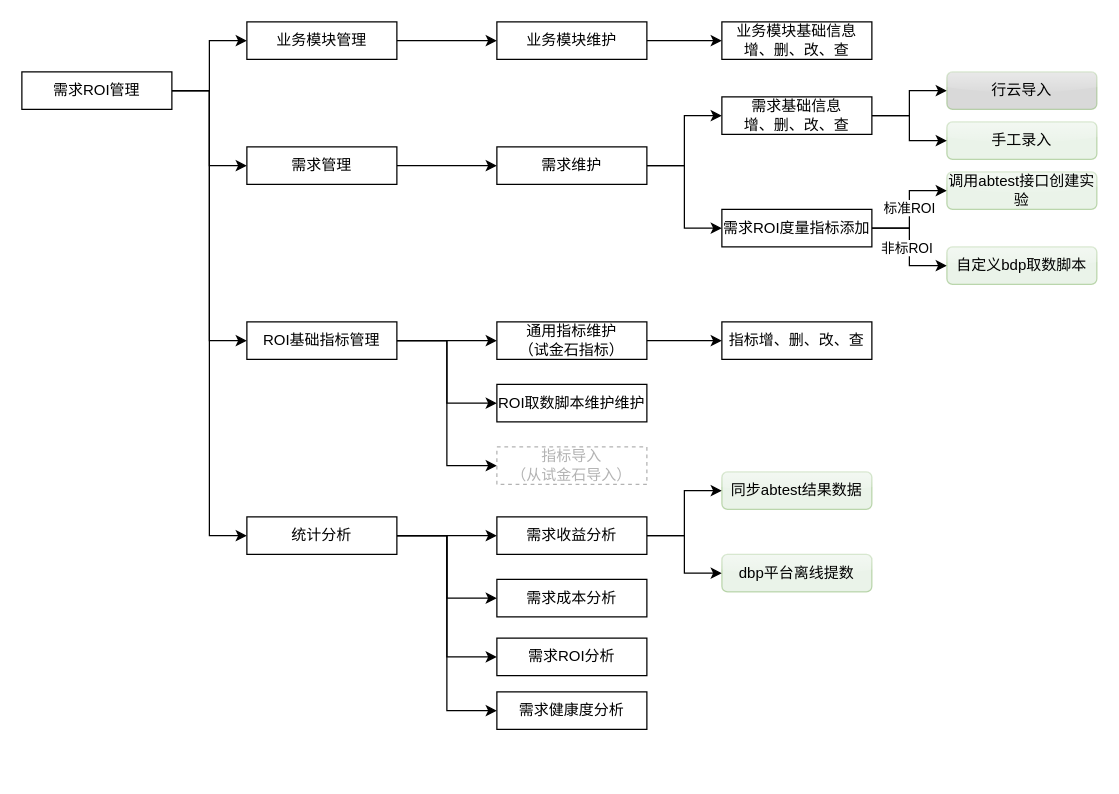
Above: page "功能结构图" (3 of 3) of 需求ROI评估.drawio in lihongliang1989/diagram (draw.io), before the change. Source tidied: cells renumbered, new cells numbered last; positions are measured from the earlier drawing's top-left corner, leaving out a move shared by most shapes. Both pictures are drawn from the tidied source at 125%, with x=0, y=0 at pixel (21, 21).
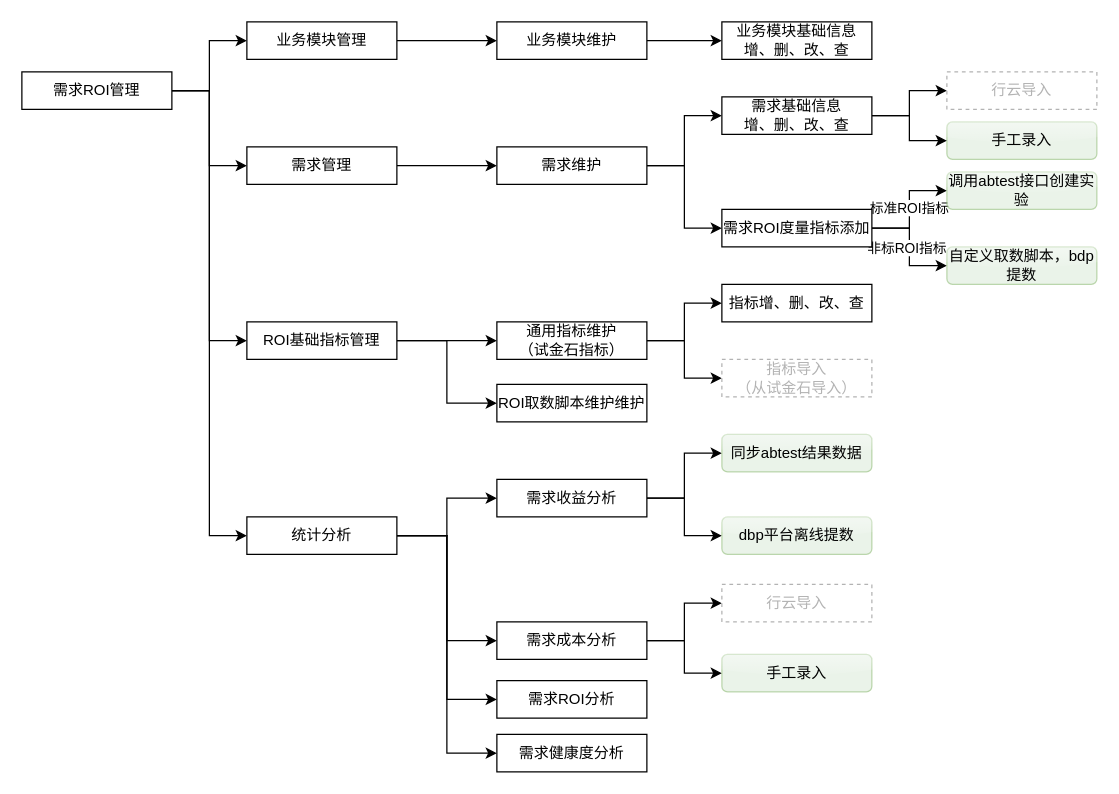
The same page after the edit.

Unchanged cells that the change refers to:
```xml
<mxCell id="12" value="ROI基础指标管理" style="rounded=0;whiteSpace=wrap;html=1;gradientColor=none;" parent="1" vertex="1">
  <mxGeometry x="180" y="240" width="120" height="30" as="geometry" />
</mxCell>
<mxCell id="25" value="通用指标维护&lt;br&gt;（试金石指标）" style="rounded=0;whiteSpace=wrap;html=1;gradientColor=none;" parent="1" vertex="1">
  <mxGeometry x="380" y="240" width="120" height="30" as="geometry" />
</mxCell>
<mxCell id="41" style="edgeStyle=orthogonalEdgeStyle;rounded=0;jettySize=auto;html=1;entryX=0;entryY=0.5;entryDx=0;entryDy=0;fontColor=#B3B3B3;" parent="1" edge="1" source="45" target="48">
  <mxGeometry relative="1" as="geometry" />
</mxCell>
<mxCell id="43" style="edgeStyle=orthogonalEdgeStyle;rounded=0;jettySize=auto;html=1;entryX=0;entryY=0.5;entryDx=0;entryDy=0;fontColor=#B3B3B3;" parent="1" edge="1" source="45" target="49">
  <mxGeometry relative="1" as="geometry" />
</mxCell>
```

Diff of the diagram source:
```diff
@@
-    <mxCell id="9" style="edgeStyle=orthogonalEdgeStyle;rounded=0;jettySize=auto;html=1;entryX=0;entryY=0.5;entryDx=0;entryDy=0;" parent="1" edge="1" source="12" target="18">
+    <mxCell id="9" style="edgeStyle=orthogonalEdgeStyle;rounded=0;jettySize=auto;html=1;entryX=0;entryY=0.5;entryDx=0;entryDy=0;exitX=1;exitY=0.5;exitDx=0;exitDy=0;" parent="1" edge="1" source="25" target="18">
       <mxGeometry relative="1" as="geometry" />
     </mxCell>
@@
     <mxCell id="17" value="指标增、删、改、查" style="rounded=0;whiteSpace=wrap;html=1;gradientColor=none;" parent="1" vertex="1">
-      <mxGeometry x="560" y="240" width="120" height="30" as="geometry" />
+      <mxGeometry x="560" y="210" width="120" height="30" as="geometry" />
     </mxCell>
     <mxCell id="18" value="指标导入&lt;br&gt;（从试金石导入）" style="rounded=0;whiteSpace=wrap;html=1;gradientColor=none;dashed=1;strokeColor=#B3B3B3;fontColor=#B3B3B3;" parent="1" vertex="1">
-      <mxGeometry x="380" y="340" width="120" height="30" as="geometry" />
+      <mxGeometry x="560" y="270" width="120" height="30" as="geometry" />
     </mxCell>
@@
     <mxCell id="29" value="需求收益分析" style="rounded=0;whiteSpace=wrap;html=1;gradientColor=none;" parent="1" vertex="1">
-      <mxGeometry x="380" y="396" width="120" height="30" as="geometry" />
+      <mxGeometry x="380" y="366" width="120" height="30" as="geometry" />
     </mxCell>
     <mxCell id="30" value="需求健康度分析" style="rounded=0;whiteSpace=wrap;html=1;gradientColor=none;" parent="1" vertex="1">
-      <mxGeometry x="380" y="536" width="120" height="30" as="geometry" />
+      <mxGeometry x="380" y="570" width="120" height="30" as="geometry" />
     </mxCell>
@@
+    <mxCell id="51" style="edgeStyle=orthogonalEdgeStyle;rounded=0;jettySize=auto;html=1;entryX=0;entryY=0.5;entryDx=0;entryDy=0;fontColor=#000000;" parent="1" edge="1" source="34" target="53">
+      <mxGeometry relative="1" as="geometry" />
+    </mxCell>
+    <mxCell id="52" style="edgeStyle=orthogonalEdgeStyle;rounded=0;jettySize=auto;html=1;entryX=0;entryY=0.5;entryDx=0;entryDy=0;fontColor=#000000;" parent="1" edge="1" source="34" target="54">
+      <mxGeometry relative="1" as="geometry" />
+    </mxCell>
     <mxCell id="34" value="需求成本分析" style="rounded=0;whiteSpace=wrap;html=1;gradientColor=none;" parent="1" vertex="1">
-      <mxGeometry x="380" y="446" width="120" height="30" as="geometry" />
+      <mxGeometry x="380" y="480" width="120" height="30" as="geometry" />
     </mxCell>
     <mxCell id="35" value="需求ROI分析" style="rounded=0;whiteSpace=wrap;html=1;gradientColor=none;" parent="1" vertex="1">
-      <mxGeometry x="380" y="493" width="120" height="30" as="geometry" />
+      <mxGeometry x="380" y="527" width="120" height="30" as="geometry" />
     </mxCell>
@@
-    <mxCell id="42" value="标准ROI" style="edgeLabel;html=1;align=center;verticalAlign=middle;" parent="41" vertex="1">
+    <mxCell id="42" value="标准ROI指标" style="edgeLabel;html=1;align=center;verticalAlign=middle;" parent="41" vertex="1">
       <mxGeometry x="0.04" y="1" relative="1" as="geometry" />
     </mxCell>
@@
-    <mxCell id="44" value="非标ROI" style="edgeLabel;html=1;align=center;verticalAlign=middle;" parent="43" vertex="1">
+    <mxCell id="44" value="非标ROI指标" style="edgeLabel;html=1;align=center;verticalAlign=middle;" parent="43" vertex="1">
       <mxGeometry x="0.01" y="-3" relative="1" as="geometry" />
     </mxCell>
@@
     <mxCell id="46" value="同步abtest结果数据" style="rounded=1;whiteSpace=wrap;html=1;opacity=50;glass=1;shadow=0;sketch=0;fillColor=#d5e8d4;strokeColor=#82b366;" parent="1" vertex="1">
-      <mxGeometry x="560" y="360" width="120" height="30" as="geometry" />
+      <mxGeometry x="560" y="330" width="120" height="30" as="geometry" />
     </mxCell>
     <mxCell id="47" value="dbp平台离线提数" style="rounded=1;whiteSpace=wrap;html=1;gradientColor=none;shadow=0;strokeColor=#82b366;fillColor=#d5e8d4;glass=1;opacity=50;sketch=0;" parent="1" vertex="1">
-      <mxGeometry x="560" y="426" width="120" height="30" as="geometry" />
+      <mxGeometry x="560" y="396" width="120" height="30" as="geometry" />
     </mxCell>
@@
-    <mxCell id="49" value="自定义bdp取数脚本" style="rounded=1;whiteSpace=wrap;html=1;opacity=50;glass=1;shadow=0;sketch=0;fillColor=#d5e8d4;strokeColor=#82b366;" parent="1" vertex="1">
+    <mxCell id="49" value="自定义取数脚本，bdp提数" style="rounded=1;whiteSpace=wrap;html=1;opacity=50;glass=1;shadow=0;sketch=0;fillColor=#d5e8d4;strokeColor=#82b366;" parent="1" vertex="1">
       <mxGeometry x="740" y="180" width="120" height="30" as="geometry" />
     </mxCell>
-    <mxCell id="50" value="行云导入" style="rounded=1;whiteSpace=wrap;html=1;gradientColor=none;fontColor=#000000;strokeColor=#82b366;shadow=0;glass=1;opacity=50;sketch=0;fillColor=#B3B3B3;" parent="1" vertex="1">
+    <mxCell id="50" value="行云导入" style="rounded=0;whiteSpace=wrap;html=1;gradientColor=none;fontColor=#B3B3B3;strokeColor=#B3B3B3;fillColor=#ffffff;dashed=1;" parent="1" vertex="1">
       <mxGeometry x="740" y="40" width="120" height="30" as="geometry" />
     </mxCell>
+    <mxCell id="53" value="行云导入" style="rounded=0;whiteSpace=wrap;html=1;fillColor=#ffffff;strokeColor=#B3B3B3;dashed=1;fontColor=#B3B3B3;" parent="1" vertex="1">
+      <mxGeometry x="560" y="450" width="120" height="30" as="geometry" />
+    </mxCell>
+    <mxCell id="54" value="手工录入" style="rounded=1;whiteSpace=wrap;html=1;gradientColor=none;shadow=0;strokeColor=#82b366;fillColor=#d5e8d4;glass=1;opacity=50;sketch=0;" parent="1" vertex="1">
+      <mxGeometry x="560" y="506" width="120" height="30" as="geometry" />
+    </mxCell>
```
